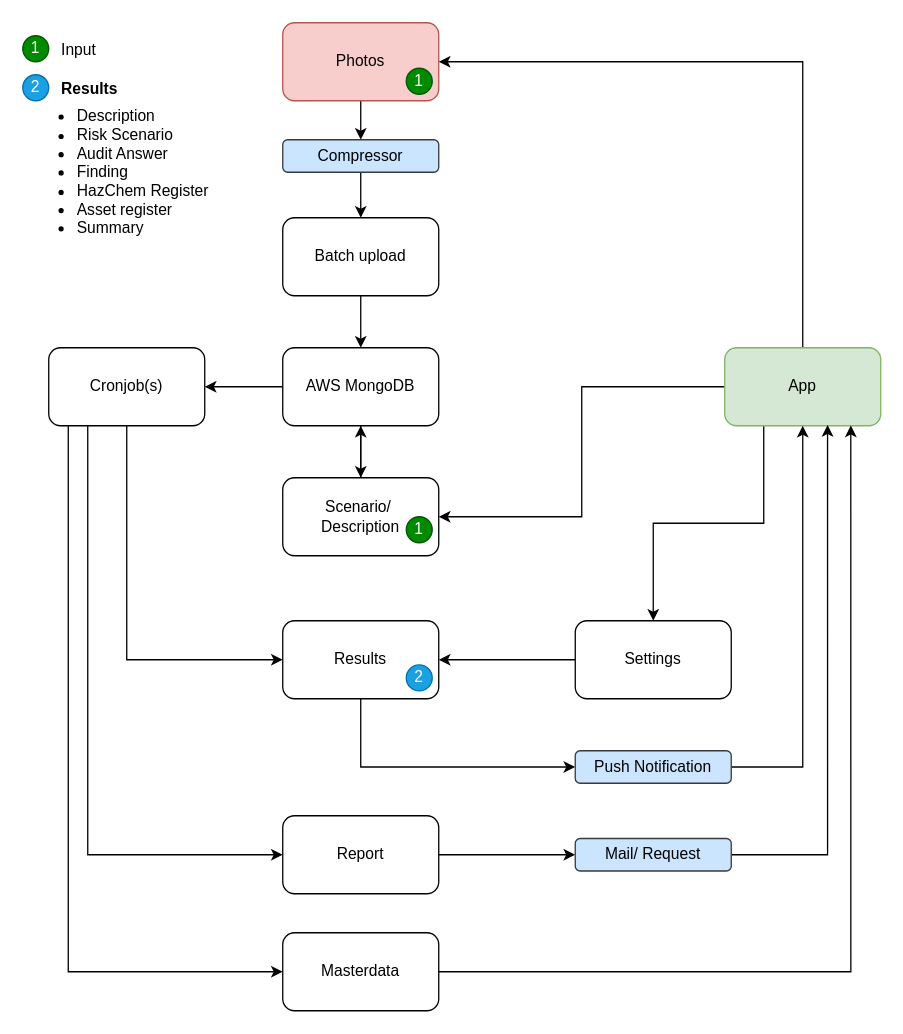
The draw.io diagram App_Flow.drawio in beeplaced/audit-insight, before the edit. Source tidied: cells renumbered, new cells numbered last; positions are measured from the earlier drawing's top-left corner, leaving out a move shared by most shapes. Both pictures are drawn from the tidied source at 130%, with x=0, y=0 at pixel (22, 22).
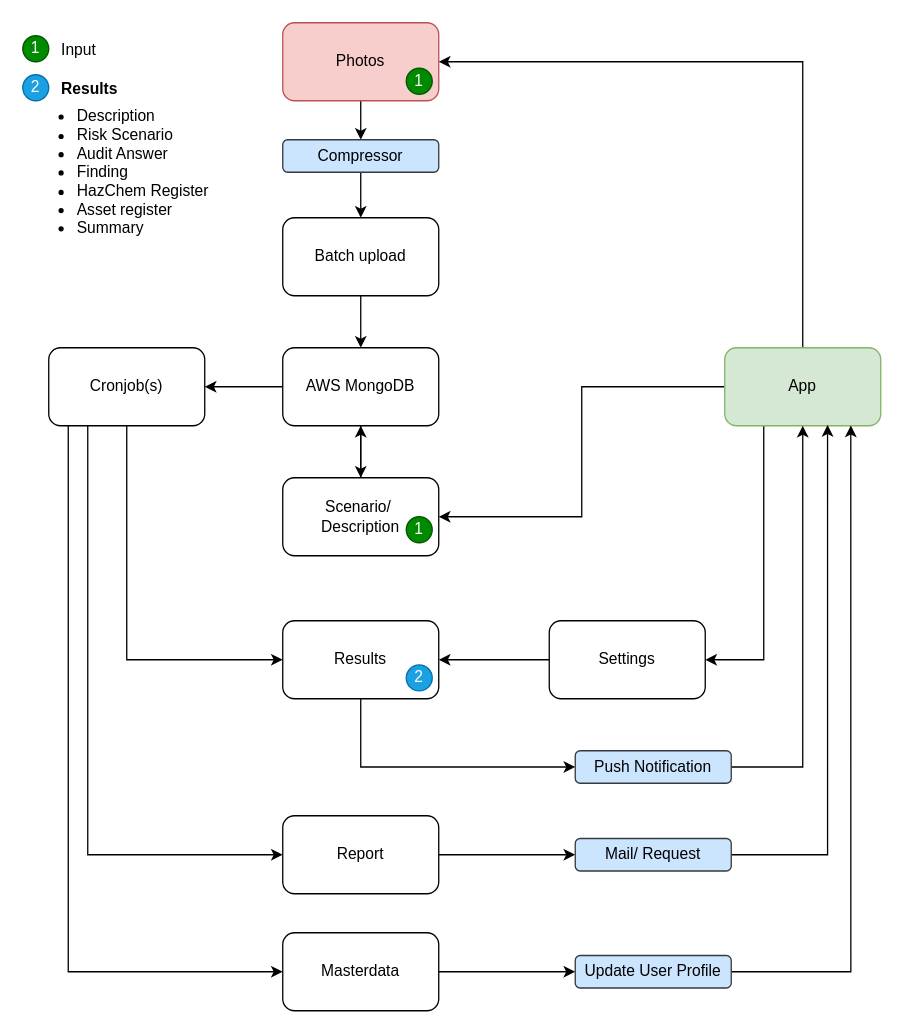
The same diagram, later.

Unchanged cells that the change refers to:
```xml
<mxCell id="18" value="App" style="rounded=1;whiteSpace=wrap;html=1;fillColor=#d5e8d4;strokeColor=#82b366;" parent="1" vertex="1">
  <mxGeometry x="540" y="250" width="120" height="60" as="geometry" />
</mxCell>
<mxCell id="21" value="Masterdata" style="rounded=1;whiteSpace=wrap;html=1;" parent="1" vertex="1">
  <mxGeometry x="200" y="700" width="120" height="60" as="geometry" />
</mxCell>
```

What changed in the source:
```diff
@@
-    <mxCell id="16" style="edgeStyle=orthogonalEdgeStyle;rounded=0;jettySize=auto;html=1;entryX=0.5;entryY=0;entryDx=0;entryDy=0;exitX=0.25;exitY=1;exitDx=0;exitDy=0;" parent="1" edge="1" source="18" target="20">
+    <mxCell id="16" style="edgeStyle=orthogonalEdgeStyle;rounded=0;jettySize=auto;html=1;entryX=1;entryY=0.5;entryDx=0;entryDy=0;exitX=0.25;exitY=1;exitDx=0;exitDy=0;" parent="1" edge="1" source="18" target="20">
       <mxGeometry relative="1" as="geometry" />
     </mxCell>
@@
     <mxCell id="20" value="Settings" style="rounded=1;whiteSpace=wrap;html=1;" parent="1" vertex="1">
-      <mxGeometry x="425" y="460" width="120" height="60" as="geometry" />
+      <mxGeometry x="405" y="460" width="120" height="60" as="geometry" />
     </mxCell>
@@
-    <mxCell id="39" style="edgeStyle=orthogonalEdgeStyle;rounded=0;jettySize=auto;html=1;entryX=0.808;entryY=0.996;entryDx=0;entryDy=0;entryPerimeter=0;" parent="1" edge="1" source="21" target="18">
+    <mxCell id="39" style="edgeStyle=orthogonalEdgeStyle;rounded=0;jettySize=auto;html=1;entryX=0.808;entryY=0.996;entryDx=0;entryDy=0;entryPerimeter=0;exitX=1;exitY=0.5;exitDx=0;exitDy=0;" parent="1" edge="1" source="42" target="18">
       <mxGeometry relative="1" as="geometry" />
     </mxCell>
@@
+    <mxCell id="41" style="edgeStyle=orthogonalEdgeStyle;rounded=0;jettySize=auto;html=1;entryX=0;entryY=0.5;entryDx=0;entryDy=0;" parent="1" edge="1" source="21" target="42">
+      <mxGeometry relative="1" as="geometry" />
+    </mxCell>
+    <mxCell id="42" value="Update User Profile" style="rounded=1;whiteSpace=wrap;html=1;fillColor=#cce5ff;strokeColor=#36393d;" parent="1" vertex="1">
+      <mxGeometry x="425" y="717.5" width="120" height="25" as="geometry" />
+    </mxCell>
```
